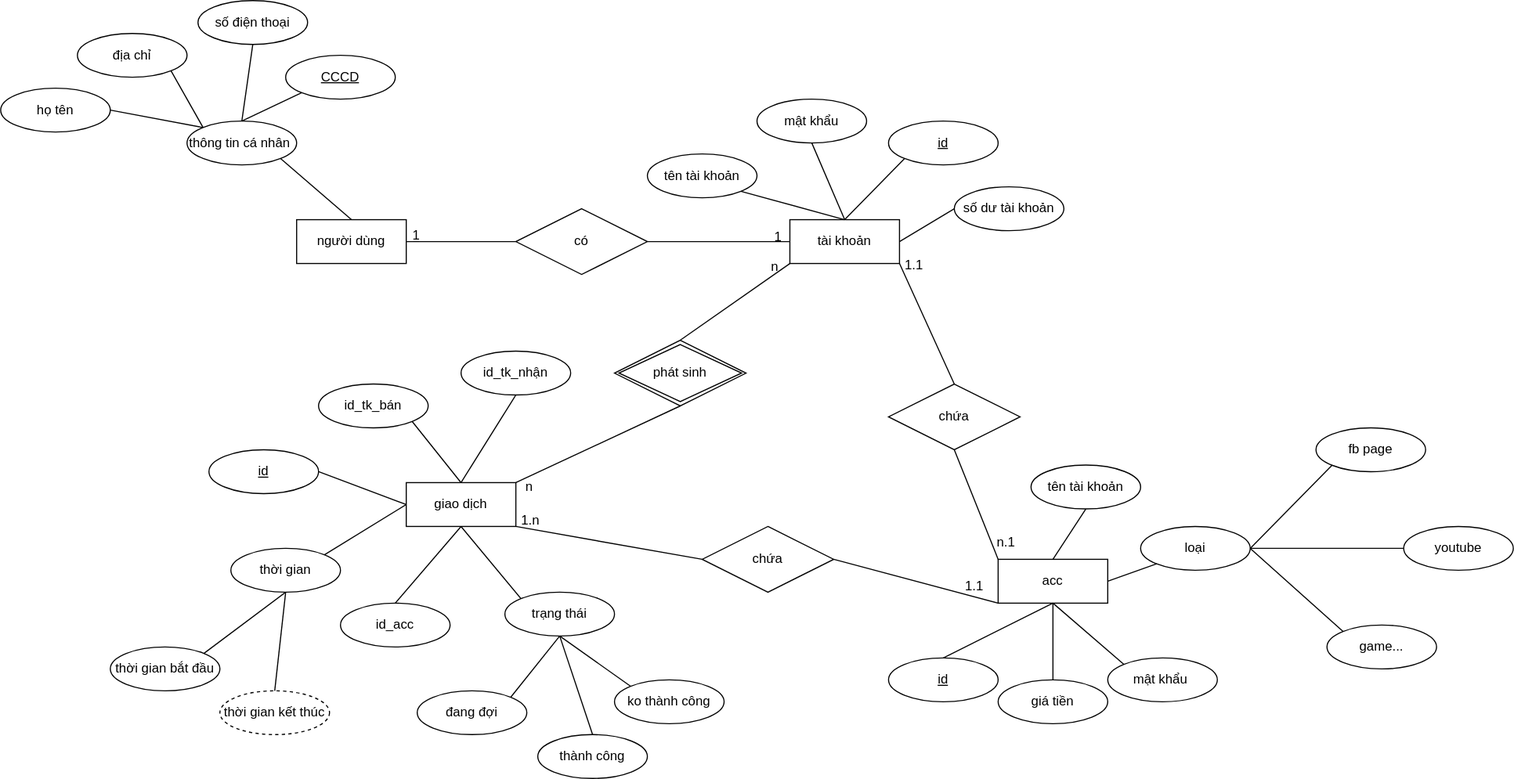
langkhach612/account_store keeps this draw.io diagram as erdprj.drawio.svg. Above is the earlier version. Source tidied: cells renumbered, new cells last; positions are measured from the earlier drawing's top-left corner, leaving out a move shared by most shapes.
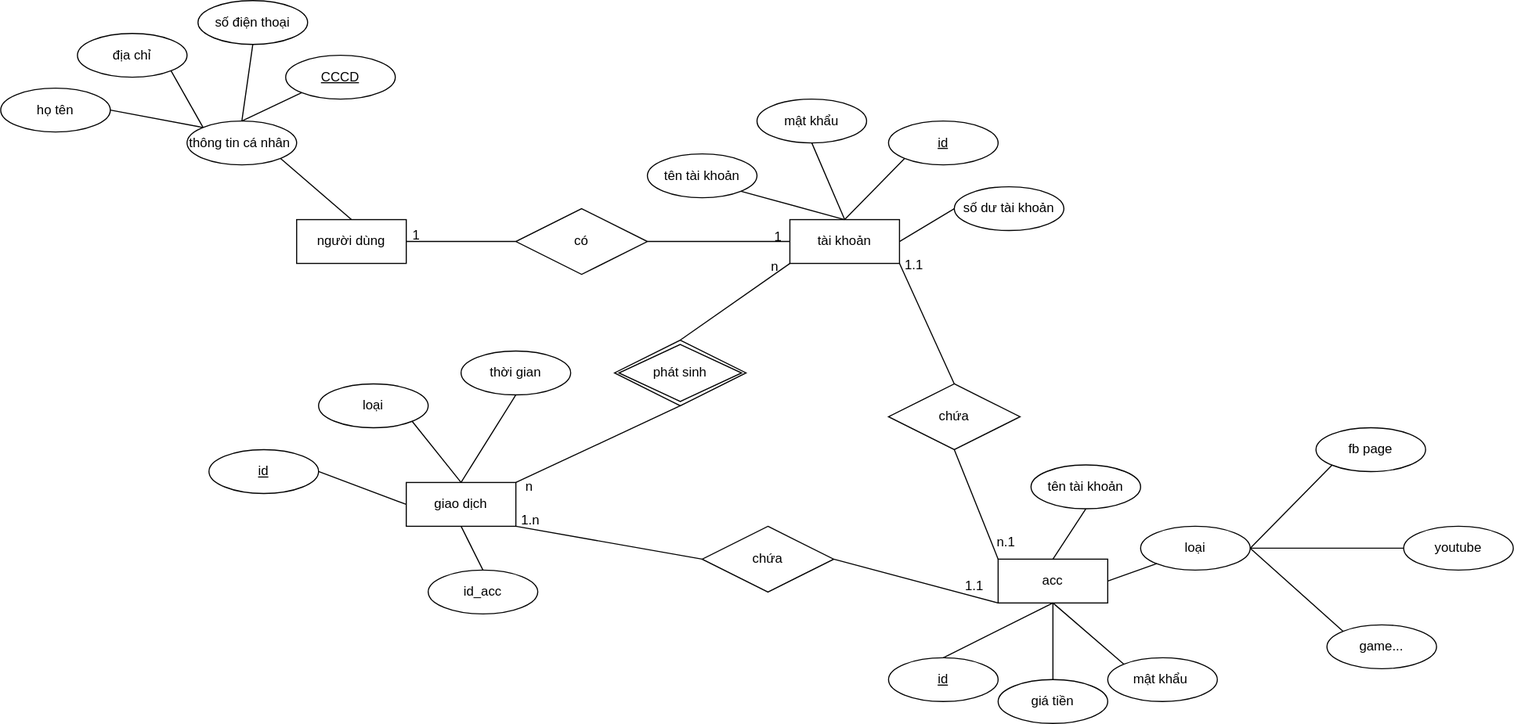
Above is the later version.

What changed in the source:
```diff
@@ -74,41 +74,20 @@
     <mxCell id="25" value="&lt;u&gt;id&lt;/u&gt;" style="ellipse;whiteSpace=wrap;html=1;align=center;" parent="1" vertex="1">
       <mxGeometry x="810" y="600" width="100" height="40" as="geometry" />
     </mxCell>
-    <mxCell id="26" value="trạng thái" style="ellipse;whiteSpace=wrap;html=1;align=center;" parent="1" vertex="1">
-      <mxGeometry x="460" y="540" width="100" height="40" as="geometry" />
-    </mxCell>
-    <mxCell id="27" value="id_tk_bán" style="ellipse;whiteSpace=wrap;html=1;align=center;" parent="1" vertex="1">
+    <mxCell id="27" value="loại" style="ellipse;whiteSpace=wrap;html=1;align=center;" parent="1" vertex="1">
       <mxGeometry x="290" y="350" width="100" height="40" as="geometry" />
     </mxCell>
-    <mxCell id="28" value="id_tk_nhận" style="ellipse;whiteSpace=wrap;html=1;align=center;" parent="1" vertex="1">
+    <mxCell id="28" value="thời gian" style="ellipse;whiteSpace=wrap;html=1;align=center;" parent="1" vertex="1">
       <mxGeometry x="420" y="320" width="100" height="40" as="geometry" />
     </mxCell>
     <mxCell id="29" style="endArrow=none;html=1;rounded=0;exitX=1;exitY=0.5;exitDx=0;exitDy=0;entryX=0;entryY=0.5;entryDx=0;entryDy=0;" parent="1" edge="1" source="23" target="22">
       <mxGeometry relative="1" as="geometry" />
     </mxCell>
-    <mxCell id="30" value="thời gian bắt đầu" style="ellipse;whiteSpace=wrap;html=1;align=center;" parent="1" vertex="1">
-      <mxGeometry x="100" y="590" width="100" height="40" as="geometry" />
-    </mxCell>
-    <mxCell id="31" value="thời gian kết thúc" style="ellipse;whiteSpace=wrap;html=1;align=center;dashed=1;" parent="1" vertex="1">
-      <mxGeometry x="200" y="630" width="100" height="40" as="geometry" />
-    </mxCell>
-    <mxCell id="32" style="endArrow=none;html=1;rounded=0;exitX=0.5;exitY=0;exitDx=0;exitDy=0;entryX=0.5;entryY=1;entryDx=0;entryDy=0;" parent="1" edge="1" source="31" target="34">
-      <mxGeometry relative="1" as="geometry" />
-    </mxCell>
-    <mxCell id="33" style="endArrow=none;html=1;rounded=0;exitX=1;exitY=0;exitDx=0;exitDy=0;entryX=0.5;entryY=1;entryDx=0;entryDy=0;" parent="1" edge="1" source="30" target="34">
-      <mxGeometry relative="1" as="geometry" />
-    </mxCell>
-    <mxCell id="34" value="thời gian" style="ellipse;whiteSpace=wrap;html=1;align=center;" parent="1" vertex="1">
-      <mxGeometry x="210" y="500" width="100" height="40" as="geometry" />
-    </mxCell>
-    <mxCell id="35" style="endArrow=none;html=1;rounded=0;exitX=1;exitY=0;exitDx=0;exitDy=0;entryX=0;entryY=0.5;entryDx=0;entryDy=0;" parent="1" edge="1" source="34" target="22">
-      <mxGeometry relative="1" as="geometry" />
-    </mxCell>
     <mxCell id="36" value="giá tiền" style="ellipse;whiteSpace=wrap;html=1;align=center;" parent="1" vertex="1">
       <mxGeometry x="910" y="620" width="100" height="40" as="geometry" />
     </mxCell>
     <mxCell id="37" value="id_acc" style="ellipse;whiteSpace=wrap;html=1;align=center;" parent="1" vertex="1">
-      <mxGeometry x="310" y="550" width="100" height="40" as="geometry" />
+      <mxGeometry x="390" y="520" width="100" height="40" as="geometry" />
     </mxCell>
     <mxCell id="38" style="endArrow=none;html=1;rounded=0;exitX=1;exitY=1;exitDx=0;exitDy=0;entryX=0.5;entryY=0;entryDx=0;entryDy=0;" parent="1" edge="1" source="27" target="22">
       <mxGeometry relative="1" as="geometry" />
@@ -119,27 +98,6 @@
     <mxCell id="40" style="endArrow=none;html=1;rounded=0;exitX=0.5;exitY=1;exitDx=0;exitDy=0;entryX=0.5;entryY=0;entryDx=0;entryDy=0;" parent="1" edge="1" source="22" target="37">
       <mxGeometry relative="1" as="geometry" />
     </mxCell>
-    <mxCell id="41" style="endArrow=none;html=1;rounded=0;exitX=0.5;exitY=1;exitDx=0;exitDy=0;entryX=0;entryY=0;entryDx=0;entryDy=0;" parent="1" edge="1" source="22" target="26">
-      <mxGeometry relative="1" as="geometry" />
-    </mxCell>
-    <mxCell id="42" value="đang đợi" style="ellipse;whiteSpace=wrap;html=1;align=center;" parent="1" vertex="1">
-      <mxGeometry x="380" y="630" width="100" height="40" as="geometry" />
-    </mxCell>
-    <mxCell id="43" value="thành công" style="ellipse;whiteSpace=wrap;html=1;align=center;" parent="1" vertex="1">
-      <mxGeometry x="490" y="670" width="100" height="40" as="geometry" />
-    </mxCell>
-    <mxCell id="44" value="ko thành công" style="ellipse;whiteSpace=wrap;html=1;align=center;" parent="1" vertex="1">
-      <mxGeometry x="560" y="620" width="100" height="40" as="geometry" />
-    </mxCell>
-    <mxCell id="45" style="endArrow=none;html=1;rounded=0;exitX=0.5;exitY=1;exitDx=0;exitDy=0;entryX=1;entryY=0;entryDx=0;entryDy=0;" parent="1" edge="1" source="26" target="42">
-      <mxGeometry relative="1" as="geometry" />
-    </mxCell>
-    <mxCell id="46" style="endArrow=none;html=1;rounded=0;exitX=0.5;exitY=1;exitDx=0;exitDy=0;entryX=0.5;entryY=0;entryDx=0;entryDy=0;" parent="1" edge="1" source="26" target="43">
-      <mxGeometry relative="1" as="geometry" />
-    </mxCell>
-    <mxCell id="47" style="endArrow=none;html=1;rounded=0;exitX=0.5;exitY=1;exitDx=0;exitDy=0;entryX=0;entryY=0;entryDx=0;entryDy=0;" parent="1" edge="1" source="26" target="44">
-      <mxGeometry relative="1" as="geometry" />
-    </mxCell>
     <mxCell id="48" value="mật khẩu&amp;nbsp;" style="ellipse;whiteSpace=wrap;html=1;align=center;" parent="1" vertex="1">
       <mxGeometry x="1010" y="600" width="100" height="40" as="geometry" />
     </mxCell>
```
